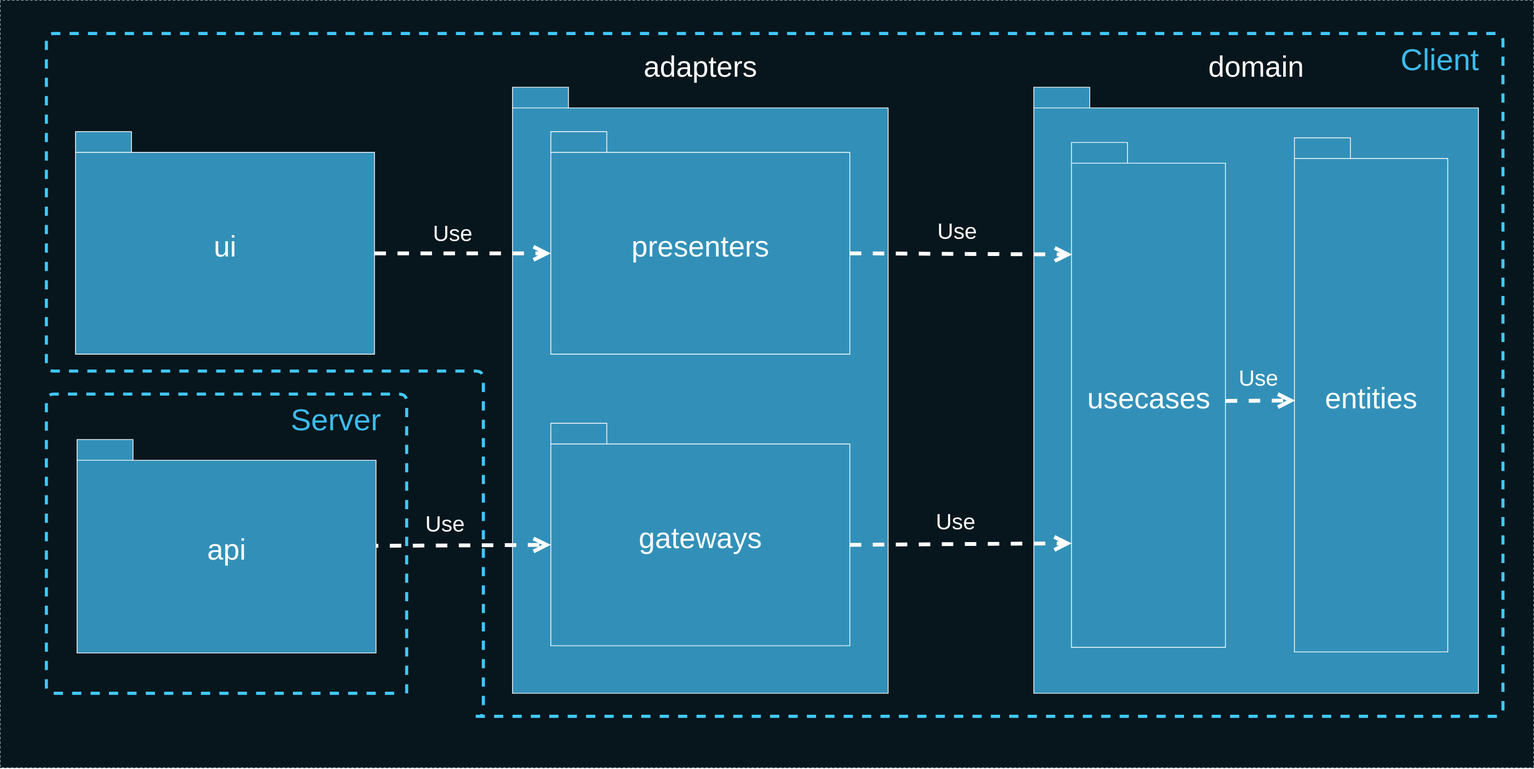
Earlier version of the draw.io export deck/ru/diagrams/packagesDependencies.svg (AlexanderLapygin/ca-react-rest-api-starter). Source tidied: cells renumbered, new cells last; positions are measured from the earlier drawing's top-left corner, leaving out a move shared by most shapes.
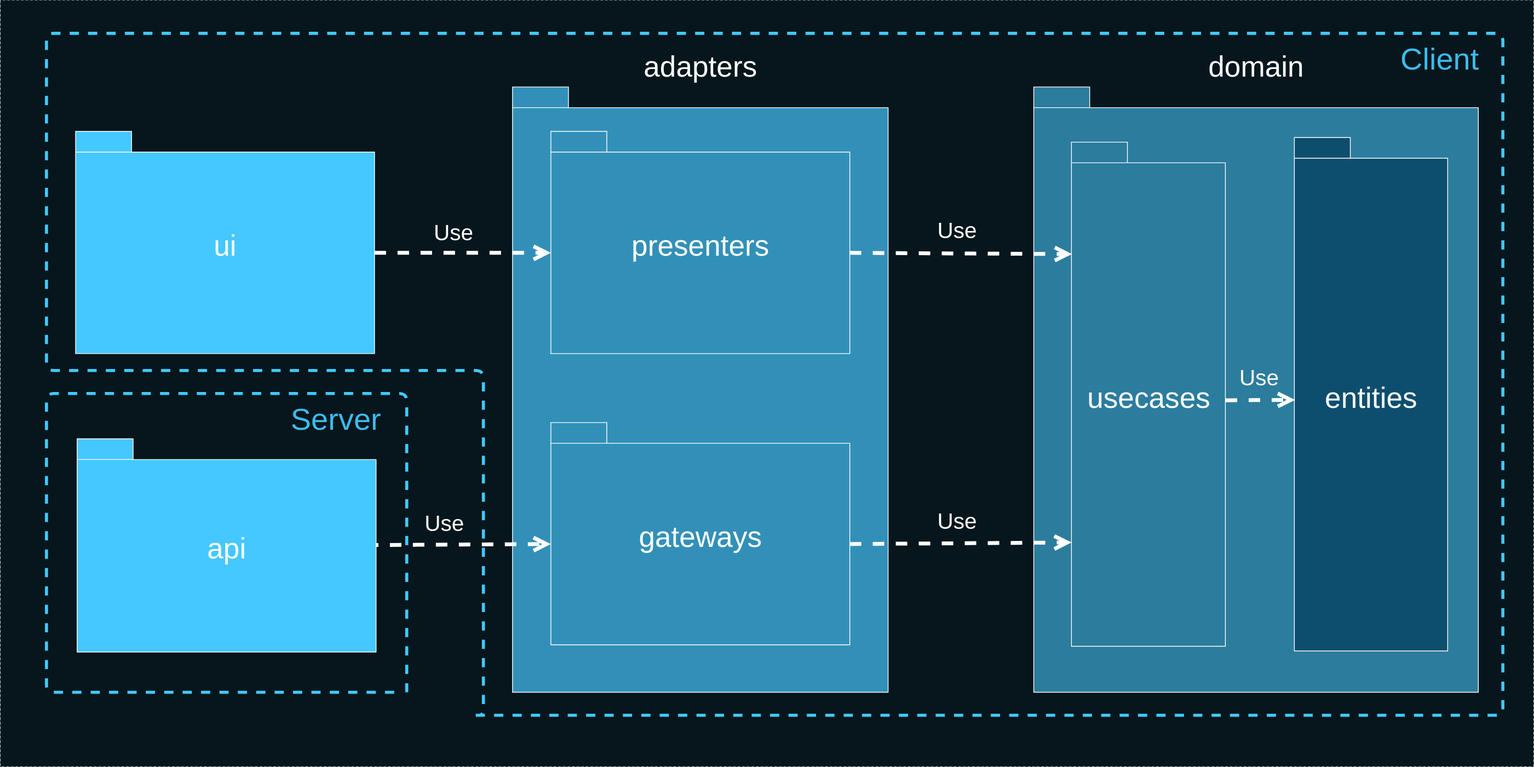
After the change.

Diff of the diagram source:
```diff
@@ -5,7 +5,7 @@
     <mxCell id="2" style="rounded=0;whiteSpace=wrap;html=1;fillColor=#07161C;fontSize=30;fontColor=#FFFFFF;strokeColor=#0C242E;dashed=1;" parent="1" vertex="1">
       <mxGeometry y="-0.1" width="2000" height="1000" as="geometry" />
     </mxCell>
-    <mxCell id="3" value="&lt;font color=&quot;#ffffff&quot; style=&quot;font-size: 38px&quot;&gt;ui&lt;/font&gt;" style="shape=folder;fontStyle=0;spacingTop=10;tabWidth=73;tabHeight=27;tabPosition=left;html=1;strokeColor=#FFFFFF;fillColor=#3290B8;" parent="1" vertex="1">
+    <mxCell id="3" value="&lt;font color=&quot;#ffffff&quot; style=&quot;font-size: 38px&quot;&gt;ui&lt;/font&gt;" style="shape=folder;fontStyle=0;spacingTop=10;tabWidth=73;tabHeight=27;tabPosition=left;html=1;strokeColor=#FFFFFF;fillColor=#45C8FF;" parent="1" vertex="1">
       <mxGeometry x="98" y="171" width="390" height="290" as="geometry" />
     </mxCell>
     <mxCell id="4" style="group;" parent="1" vertex="1">
@@ -23,13 +23,13 @@
     <mxCell id="8" style="group;" parent="1" vertex="1">
       <mxGeometry x="1348" y="113" width="580" height="790" as="geometry" />
     </mxCell>
-    <mxCell id="9" value="&lt;font color=&quot;#ffffff&quot; style=&quot;font-size: 38px&quot;&gt;domain&lt;/font&gt;" style="shape=folder;fontStyle=0;spacingTop=10;tabWidth=73;tabHeight=27;tabPosition=left;html=1;strokeColor=#FFFFFF;fillColor=#3290B8;labelPosition=center;verticalLabelPosition=top;align=center;verticalAlign=bottom;" parent="8" vertex="1">
+    <mxCell id="9" value="&lt;font color=&quot;#ffffff&quot; style=&quot;font-size: 38px&quot;&gt;domain&lt;/font&gt;" style="shape=folder;fontStyle=0;spacingTop=10;tabWidth=73;tabHeight=27;tabPosition=left;html=1;strokeColor=#FFFFFF;fillColor=#2C7C9E;labelPosition=center;verticalLabelPosition=top;align=center;verticalAlign=bottom;" parent="8" vertex="1">
       <mxGeometry width="580" height="790" as="geometry" />
     </mxCell>
-    <mxCell id="10" value="&lt;font color=&quot;#ffffff&quot; style=&quot;font-size: 38px&quot;&gt;entities&lt;/font&gt;" style="shape=folder;fontStyle=0;spacingTop=10;tabWidth=73;tabHeight=27;tabPosition=left;html=1;strokeColor=#FFFFFF;fillColor=#3290B8;" parent="8" vertex="1">
+    <mxCell id="10" value="&lt;font color=&quot;#ffffff&quot; style=&quot;font-size: 38px&quot;&gt;entities&lt;/font&gt;" style="shape=folder;fontStyle=0;spacingTop=10;tabWidth=73;tabHeight=27;tabPosition=left;html=1;strokeColor=#FFFFFF;fillColor=#0D4E6E;" parent="8" vertex="1">
       <mxGeometry x="340" y="66" width="200" height="670" as="geometry" />
     </mxCell>
-    <mxCell id="11" value="&lt;font color=&quot;#ffffff&quot; style=&quot;font-size: 38px&quot;&gt;usecases&lt;/font&gt;" style="shape=folder;fontStyle=0;spacingTop=10;tabWidth=73;tabHeight=27;tabPosition=left;html=1;strokeColor=#FFFFFF;fillColor=#3290B8;" parent="8" vertex="1">
+    <mxCell id="11" value="&lt;font color=&quot;#ffffff&quot; style=&quot;font-size: 38px&quot;&gt;usecases&lt;/font&gt;" style="shape=folder;fontStyle=0;spacingTop=10;tabWidth=73;tabHeight=27;tabPosition=left;html=1;strokeColor=#FFFFFF;fillColor=#2C7C9E;" parent="8" vertex="1">
       <mxGeometry x="49.2" y="72" width="200.8" height="658" as="geometry" />
     </mxCell>
     <mxCell id="12" value="Use" style="endArrow=open;endSize=12;dashed=1;html=1;strokeColor=#FFFFFF;strokeWidth=5;fontSize=29;fontColor=#FFFFFF;labelBackgroundColor=none;exitX=1.002;exitY=0.512;exitDx=0;exitDy=0;exitPerimeter=0;entryX=0.005;entryY=0.511;entryDx=0;entryDy=0;entryPerimeter=0;" parent="8" edge="1" source="11" target="10">
@@ -77,7 +77,7 @@
     <mxCell id="21" style="group;" parent="1" vertex="1">
       <mxGeometry x="60" y="513" width="484" height="390" as="geometry" />
     </mxCell>
-    <mxCell id="22" value="&lt;font color=&quot;#ffffff&quot; style=&quot;font-size: 38px;&quot;&gt;api&lt;/font&gt;" style="shape=folder;fontStyle=0;spacingTop=10;tabWidth=73;tabHeight=27;tabPosition=left;html=1;strokeColor=#FFFFFF;fillColor=#3290B8;" parent="21" vertex="1">
+    <mxCell id="22" value="&lt;font color=&quot;#ffffff&quot; style=&quot;font-size: 38px;&quot;&gt;api&lt;/font&gt;" style="shape=folder;fontStyle=0;spacingTop=10;tabWidth=73;tabHeight=27;tabPosition=left;html=1;strokeColor=#FFFFFF;fillColor=#45C8FF;" parent="21" vertex="1">
       <mxGeometry x="40" y="59.2" width="390" height="278.2" as="geometry" />
     </mxCell>
     <mxCell id="23" style="group;" parent="21" vertex="1">
```
